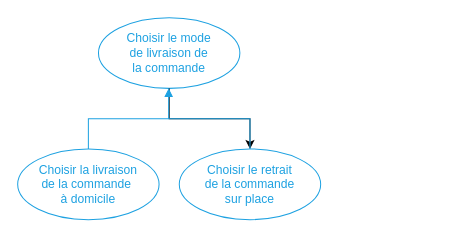
centvingt/OCPizzaRedaction keeps this draw.io diagram as img/figure_implicit-actions-delivery.dio. Above is the earlier version. Source tidied: cells renumbered, new cells numbered last; positions are measured from the earlier drawing's top-left corner, leaving out a move shared by most shapes. Both pictures are drawn from the tidied source at 101%, with x=0, y=0 at pixel (17, 17).
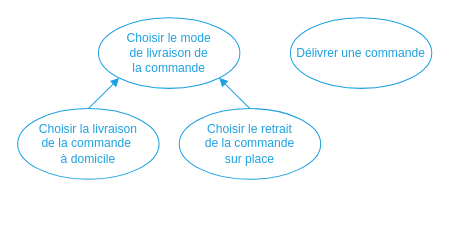
After the change.

The edit, as a diff of the source:
```diff
@@
 <mxGraphModel>
   <root>
     <mxCell id="0" />
     <mxCell id="1" parent="0" />
-    <mxCell id="2" style="group;" parent="1" vertex="1">
-      <mxGeometry width="300" height="200" as="geometry" />
-    </mxCell>
-    <mxCell id="3" value="&lt;font color=&quot;#1da1e1&quot;&gt;Choisir le mode &lt;br&gt;de livraison de &lt;br&gt;la commande&lt;/font&gt;" style="ellipse;whiteSpace=wrap;html=1;fillColor=none;strokeColor=#1DA1E1;" parent="2" vertex="1">
+    <mxCell id="3" value="&lt;font color=&quot;#1da1e1&quot;&gt;Choisir le mode &lt;br&gt;de livraison de &lt;br&gt;la commande&lt;/font&gt;" style="ellipse;whiteSpace=wrap;html=1;fillColor=none;strokeColor=#1DA1E1;" parent="1" vertex="1">
       <mxGeometry x="80" width="140" height="70" as="geometry" />
     </mxCell>
+    <mxCell id="8" style="edgeStyle=none;rounded=0;jettySize=auto;html=1;exitX=0.5;exitY=0;exitDx=0;exitDy=0;entryX=0;entryY=1;entryDx=0;entryDy=0;endArrow=block;endFill=1;strokeColor=#1DA1E1;" parent="1" edge="1" source="4" target="3">
+      <mxGeometry relative="1" as="geometry" />
+    </mxCell>
-    <mxCell id="4" value="&lt;font color=&quot;#1da1e1&quot;&gt;Choisir la livraison &lt;br&gt;de la commande&amp;nbsp;&lt;br&gt;à domicile&lt;/font&gt;" style="ellipse;whiteSpace=wrap;html=1;fillColor=none;strokeColor=#1DA1E1;" parent="2" vertex="1">
-      <mxGeometry y="130" width="140" height="70" as="geometry" />
+    <mxCell id="4" value="&lt;font color=&quot;#1da1e1&quot;&gt;Choisir la livraison &lt;br&gt;de la commande&amp;nbsp;&lt;br&gt;à domicile&lt;/font&gt;" style="ellipse;whiteSpace=wrap;html=1;fillColor=none;strokeColor=#1DA1E1;" parent="1" vertex="1">
+      <mxGeometry y="90" width="140" height="70" as="geometry" />
     </mxCell>
-    <mxCell id="5" value="&lt;font color=&quot;#1da1e1&quot;&gt;Choisir le retrait &lt;br&gt;de la commande &lt;br&gt;sur place&lt;/font&gt;" style="ellipse;whiteSpace=wrap;html=1;fillColor=none;strokeColor=#1DA1E1;" parent="2" vertex="1">
-      <mxGeometry x="160" y="130" width="140" height="70" as="geometry" />
+    <mxCell id="5" value="&lt;font color=&quot;#1da1e1&quot;&gt;Choisir le retrait &lt;br&gt;de la commande &lt;br&gt;sur place&lt;/font&gt;" style="ellipse;whiteSpace=wrap;html=1;fillColor=none;strokeColor=#1DA1E1;" parent="1" vertex="1">
+      <mxGeometry x="160" y="90" width="140" height="70" as="geometry" />
     </mxCell>
-    <mxCell id="6" style="edgeStyle=orthogonalEdgeStyle;rounded=0;jettySize=auto;html=1;" parent="2" edge="1" source="3" target="5">
-      <mxGeometry relative="1" as="geometry" />
-    </mxCell>
-    <mxCell id="7" style="rounded=0;orthogonalLoop=1;jettySize=auto;html=1;endArrow=block;endFill=1;strokeColor=#1DA1E1;" parent="2" edge="1">
-      <mxGeometry relative="1" as="geometry">
-        <mxPoint x="149.5" y="100" as="sourcePoint" />
-        <mxPoint x="149.5" y="70" as="targetPoint" />
-      </mxGeometry>
+    <mxCell id="7" style="rounded=0;jettySize=auto;html=1;endArrow=block;endFill=1;strokeColor=#1DA1E1;exitX=0.5;exitY=0;exitDx=0;exitDy=0;entryX=1;entryY=1;entryDx=0;entryDy=0;" parent="1" edge="1" source="5" target="3">
+      <mxGeometry x="10" y="10" as="geometry" />
     </mxCell>
-    <mxCell id="8" style="edgeStyle=orthogonalEdgeStyle;rounded=0;jettySize=auto;html=1;exitX=0.5;exitY=0;exitDx=0;exitDy=0;entryX=0.5;entryY=0;entryDx=0;entryDy=0;strokeColor=#1DA1E1;endArrow=none;endFill=0;" parent="2" edge="1" source="4" target="5">
-      <mxGeometry relative="1" as="geometry">
-        <Array as="points">
-          <mxPoint x="70" y="100" />
-          <mxPoint x="230" y="100" />
-        </Array>
-      </mxGeometry>
-    </mxCell>
+    <mxCell id="9" value="&lt;font color=&quot;#1da1e1&quot;&gt;Délivrer une commande&lt;/font&gt;" style="ellipse;whiteSpace=wrap;html=1;fillColor=none;strokeColor=#1DA1E1;" parent="1" vertex="1">
+      <mxGeometry x="270" width="140" height="70" as="geometry" />
+    </mxCell>
   </root>
 </mxGraphModel>
```
